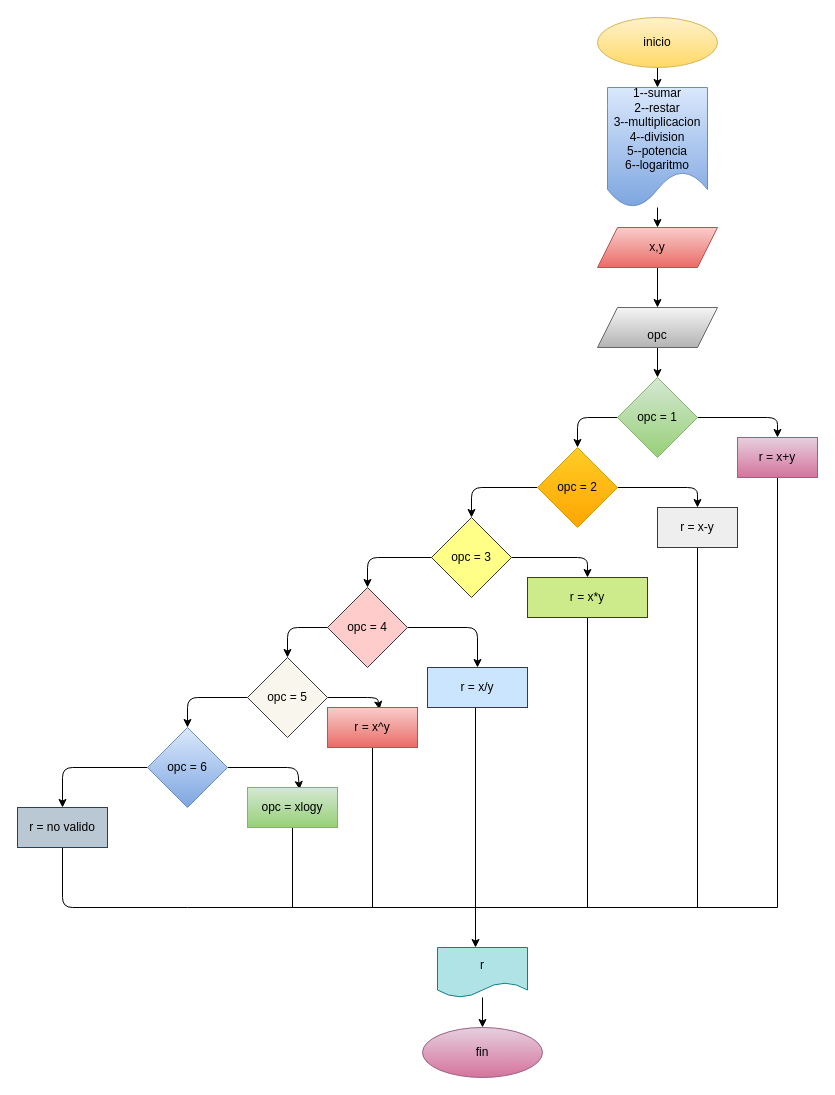
Above: page "Página-1" (1 of 2) of diagrama.drawio in jhonmendez17092009/Mini_Calcudora_Guanentino (draw.io), before the change. Source tidied: cells renumbered, new cells numbered last; positions are measured from the earlier drawing's top-left corner, leaving out a move shared by most shapes. Both pictures are drawn from the tidied source at 100%, with x=0, y=0 at pixel (17, 17).
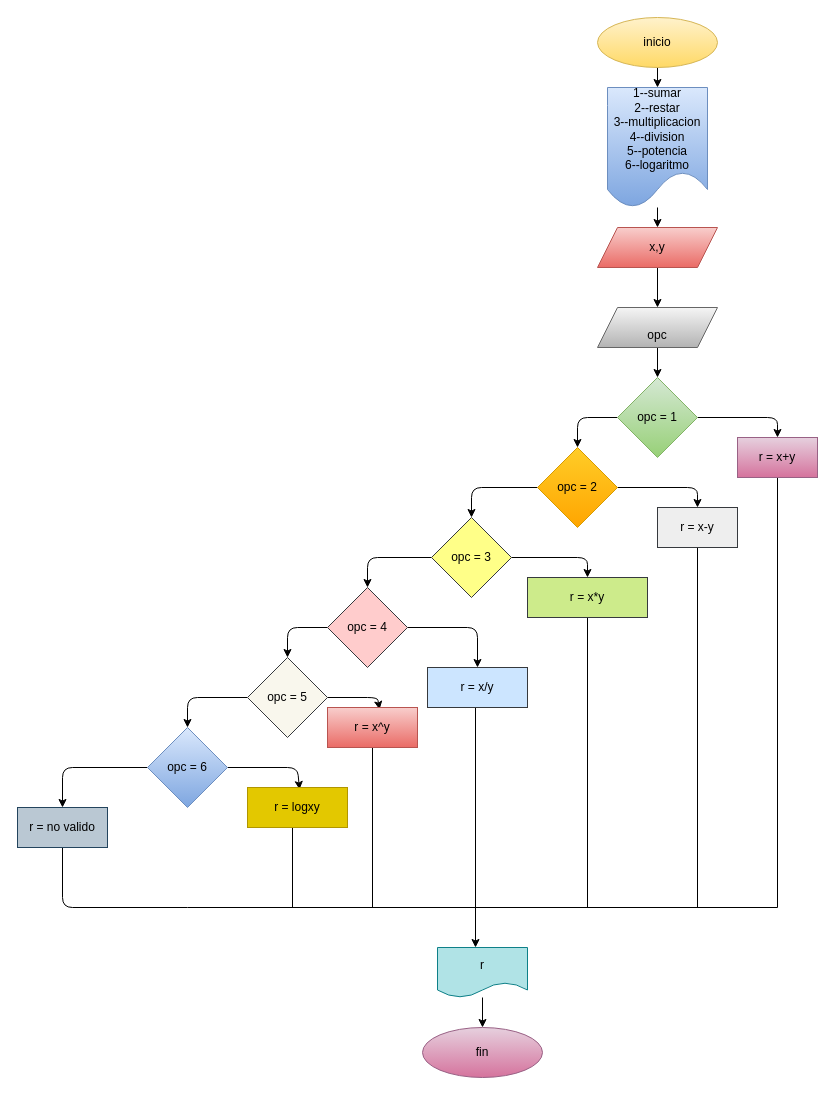
Above is the later version.

Unchanged cells that the change refers to:
```xml
<mxCell id="38" value="&lt;font color=&quot;#000000&quot;&gt;opc = 6&lt;/font&gt;" style="rhombus;whiteSpace=wrap;html=1;fillColor=#dae8fc;gradientColor=#7ea6e0;strokeColor=#6c8ebf;" parent="1" vertex="1">
  <mxGeometry x="130" y="710" width="80" height="80" as="geometry" />
</mxCell>
```

The edit, as a diff of the source:
```diff
@@
-    <mxCell id="35" style="edgeStyle=none;html=1;exitX=1;exitY=0.5;exitDx=0;exitDy=0;fontColor=#000000;endArrow=classic;endFill=1;entryX=0.578;entryY=0.05;entryDx=0;entryDy=0;entryPerimeter=0;" parent="1" edge="1" source="38" target="40">
+    <mxCell id="35" style="edgeStyle=none;html=1;exitX=1;exitY=0.5;exitDx=0;exitDy=0;fontColor=#000000;endArrow=classic;endFill=1;entryX=0.578;entryY=0.05;entryDx=0;entryDy=0;entryPerimeter=0;" parent="1" edge="1" source="38">
       <mxGeometry relative="1" as="geometry">
+        <mxPoint x="282" y="772" as="targetPoint" />
         <Array as="points">
           <mxPoint x="280" y="750" />
         </Array>
       </mxGeometry>
     </mxCell>
@@
-    <mxCell id="39" style="edgeStyle=none;html=1;exitX=0.5;exitY=1;exitDx=0;exitDy=0;fontColor=#000000;endArrow=none;endFill=0;" parent="1" edge="1" source="40">
+    <mxCell id="39" style="edgeStyle=none;html=1;exitX=0.5;exitY=1;exitDx=0;exitDy=0;fontColor=#000000;endArrow=none;endFill=0;" parent="1" edge="1">
       <mxGeometry relative="1" as="geometry">
+        <mxPoint x="275" y="810" as="sourcePoint" />
         <mxPoint x="275" y="890" as="targetPoint" />
       </mxGeometry>
     </mxCell>
-    <mxCell id="40" value="&lt;font color=&quot;#000000&quot;&gt;opc = xlogy&lt;/font&gt;" style="rounded=0;whiteSpace=wrap;html=1;fillColor=#d5e8d4;gradientColor=#97d077;strokeColor=#82b366;" parent="1" vertex="1">
-      <mxGeometry x="230" y="770" width="90" height="40" as="geometry" />
-    </mxCell>
@@
+    <mxCell id="46" value="r = logxy" style="rounded=0;whiteSpace=wrap;html=1;fillColor=#e3c800;fontColor=#000000;strokeColor=#B09500;" parent="1" vertex="1">
+      <mxGeometry x="230" y="770" width="100" height="40" as="geometry" />
+    </mxCell>
```
